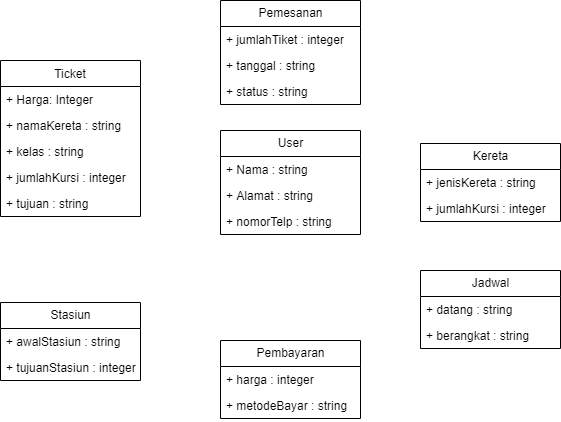
Earlier version of the draw.io export class-diagram.drawio.png (rendiwibawa/KAIKW). Source tidied: cells renumbered, new cells last; positions are measured from the earlier drawing's top-left corner, leaving out a move shared by most shapes.
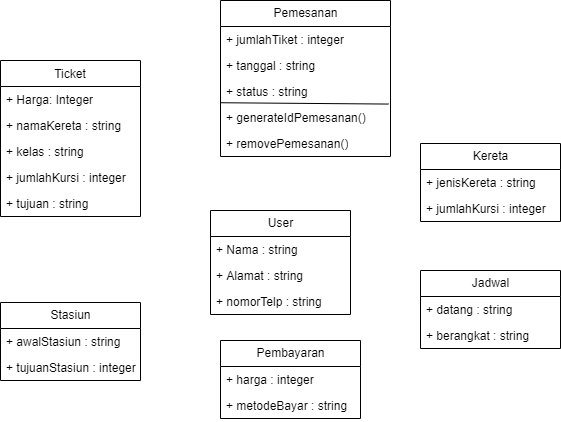
After the commit.

The edit, as a diff of the source:
```diff
@@ -21,19 +21,28 @@
       <mxGeometry y="130" width="140" height="26" as="geometry" />
     </mxCell>
     <mxCell id="8" value="Pemesanan" style="swimlane;fontStyle=0;horizontal=1;startSize=26;fillColor=none;html=1;" parent="1" vertex="1">
-      <mxGeometry x="220" width="140" height="104" as="geometry" />
+      <mxGeometry x="220" width="170" height="156" as="geometry" />
     </mxCell>
     <mxCell id="9" value="+ jumlahTiket : integer" style="text;strokeColor=none;fillColor=none;align=left;verticalAlign=top;spacingLeft=4;spacingRight=4;overflow=hidden;whiteSpace=wrap;html=1;" parent="8" vertex="1">
-      <mxGeometry y="26" width="140" height="26" as="geometry" />
+      <mxGeometry y="26" width="170" height="26" as="geometry" />
     </mxCell>
     <mxCell id="10" value="+ tanggal : string" style="text;strokeColor=none;fillColor=none;align=left;verticalAlign=top;spacingLeft=4;spacingRight=4;overflow=hidden;whiteSpace=wrap;html=1;" parent="8" vertex="1">
-      <mxGeometry y="52" width="140" height="26" as="geometry" />
+      <mxGeometry y="52" width="170" height="26" as="geometry" />
     </mxCell>
     <mxCell id="11" value="+ status : string" style="text;strokeColor=none;fillColor=none;align=left;verticalAlign=top;spacingLeft=4;spacingRight=4;overflow=hidden;points=[[0,0.5],[1,0.5]];portConstraint=eastwest;whiteSpace=wrap;html=1;" parent="8" vertex="1">
-      <mxGeometry y="78" width="140" height="26" as="geometry" />
+      <mxGeometry y="78" width="170" height="26" as="geometry" />
     </mxCell>
+    <mxCell id="28" value="+ generateIdPemesanan()" style="text;strokeColor=none;fillColor=none;align=left;verticalAlign=top;spacingLeft=4;spacingRight=4;overflow=hidden;whiteSpace=wrap;html=1;" parent="8" vertex="1">
+      <mxGeometry y="104" width="170" height="26" as="geometry" />
+    </mxCell>
+    <mxCell id="29" value="+ removePemesanan()" style="text;strokeColor=none;fillColor=none;align=left;verticalAlign=top;spacingLeft=4;spacingRight=4;overflow=hidden;whiteSpace=wrap;html=1;" parent="8" vertex="1">
+      <mxGeometry y="130" width="170" height="26" as="geometry" />
+    </mxCell>
+    <mxCell id="30" style="endArrow=none;html=1;exitX=-0.002;exitY=0.932;exitDx=0;exitDy=0;exitPerimeter=0;entryX=0.989;entryY=0.983;entryDx=0;entryDy=0;entryPerimeter=0;" parent="8" edge="1" source="11" target="11">
+      <mxGeometry relative="1" as="geometry" />
+    </mxCell>
     <mxCell id="12" value="User" style="swimlane;fontStyle=0;horizontal=1;startSize=26;fillColor=none;html=1;" parent="1" vertex="1">
-      <mxGeometry x="220" y="130" width="140" height="104" as="geometry" />
+      <mxGeometry x="210" y="210" width="140" height="104" as="geometry" />
     </mxCell>
     <mxCell id="13" value="+ Nama : string" style="text;strokeColor=none;fillColor=none;align=left;verticalAlign=top;spacingLeft=4;spacingRight=4;overflow=hidden;whiteSpace=wrap;html=1;" parent="12" vertex="1">
       <mxGeometry y="26" width="140" height="26" as="geometry" />
```
